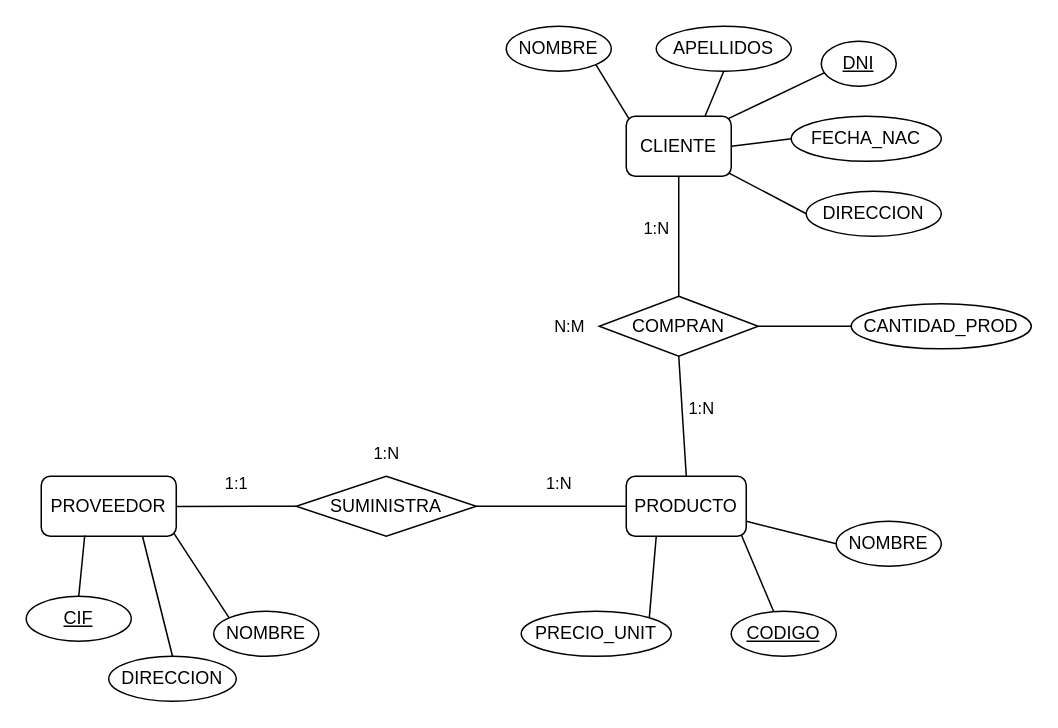
This is page "diagram-4" (4 of 5) of bases-datos/diagrams.drawio from igardiet/dam, a draw.io file, before an edit. Source tidied: cells renumbered, new cells numbered last; positions are measured from the earlier drawing's top-left corner, leaving out a move shared by most shapes. Both pictures are drawn from the tidied source at 150%, with x=0, y=0 at pixel (26, 26).
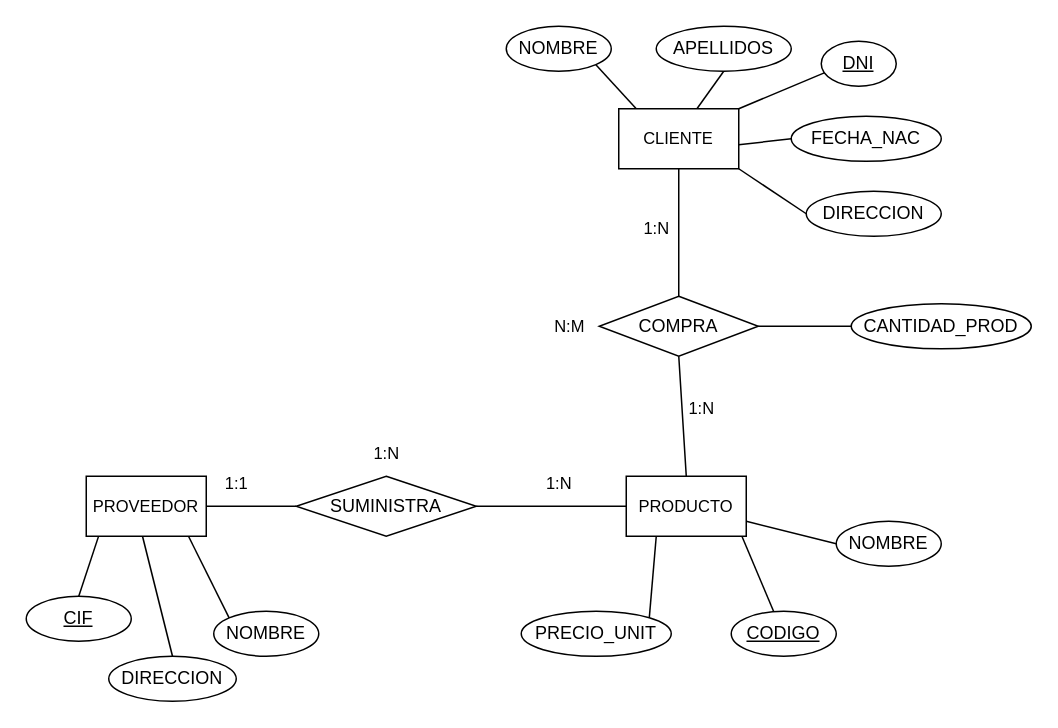
After the change.

The change refers to these unchanged cells:
```xml
<mxCell id="13" value="SUMINISTRA" style="rhombus;whiteSpace=wrap;html=1;" parent="1" vertex="1">
  <mxGeometry x="180" y="300" width="120" height="40" as="geometry" />
</mxCell>
<mxCell id="16" value="DIRECCION" style="ellipse;whiteSpace=wrap;html=1;" parent="1" vertex="1">
  <mxGeometry x="520" y="110" width="90" height="30" as="geometry" />
</mxCell>
<mxCell id="17" value="FECHA_NAC" style="ellipse;whiteSpace=wrap;html=1;" parent="1" vertex="1">
  <mxGeometry x="510" y="60" width="100" height="30" as="geometry" />
</mxCell>
<mxCell id="18" value="&lt;u&gt;DNI&lt;/u&gt;" style="ellipse;whiteSpace=wrap;html=1;" parent="1" vertex="1">
  <mxGeometry x="530" y="10" width="50" height="30" as="geometry" />
</mxCell>
<mxCell id="19" value="NOMBRE" style="ellipse;whiteSpace=wrap;html=1;" parent="1" vertex="1">
  <mxGeometry x="320" width="70" height="30" as="geometry" />
</mxCell>
<mxCell id="20" value="APELLIDOS" style="ellipse;whiteSpace=wrap;html=1;" parent="1" vertex="1">
  <mxGeometry x="420" width="90" height="30" as="geometry" />
</mxCell>
<mxCell id="22" value="PRECIO_UNIT" style="ellipse;whiteSpace=wrap;html=1;" parent="1" vertex="1">
  <mxGeometry x="330" y="390" width="100" height="30" as="geometry" />
</mxCell>
<mxCell id="23" value="&lt;u&gt;CODIGO&lt;/u&gt;" style="ellipse;whiteSpace=wrap;html=1;" parent="1" vertex="1">
  <mxGeometry x="470" y="390" width="70" height="30" as="geometry" />
</mxCell>
<mxCell id="24" value="NOMBRE" style="ellipse;whiteSpace=wrap;html=1;" parent="1" vertex="1">
  <mxGeometry x="540" y="330" width="70" height="30" as="geometry" />
</mxCell>
<mxCell id="26" value="DIRECCION" style="ellipse;whiteSpace=wrap;html=1;" parent="1" vertex="1">
  <mxGeometry x="55" y="420" width="85" height="30" as="geometry" />
</mxCell>
<mxCell id="27" value="NOMBRE" style="ellipse;whiteSpace=wrap;html=1;" parent="1" vertex="1">
  <mxGeometry x="125" y="390" width="70" height="30" as="geometry" />
</mxCell>
<mxCell id="28" value="&lt;u&gt;CIF&lt;/u&gt;" style="ellipse;whiteSpace=wrap;html=1;" parent="1" vertex="1">
  <mxGeometry y="380" width="70" height="30" as="geometry" />
</mxCell>
```

What changed in the source:
```diff
@@
-    <mxCell id="2" style="shape=connector;rounded=0;jettySize=auto;html=1;exitX=0.025;exitY=0.04;exitDx=0;exitDy=0;entryX=1;entryY=1;entryDx=0;entryDy=0;labelBackgroundColor=default;strokeColor=default;align=center;verticalAlign=middle;fontFamily=Helvetica;fontSize=11;fontColor=default;endArrow=none;endFill=0;exitPerimeter=0;" parent="1" edge="1" source="6" target="19">
+    <mxCell id="2" style="shape=connector;rounded=0;jettySize=auto;html=1;exitX=0.144;exitY=-0.004;exitDx=0;exitDy=0;entryX=1;entryY=1;entryDx=0;entryDy=0;labelBackgroundColor=default;strokeColor=default;align=center;verticalAlign=middle;fontFamily=Helvetica;fontSize=11;fontColor=default;endArrow=none;endFill=0;exitPerimeter=0;" parent="1" edge="1" source="6" target="19">
       <mxGeometry relative="1" as="geometry" />
     </mxCell>
-    <mxCell id="3" style="edgeStyle=none;shape=connector;rounded=0;jettySize=auto;html=1;exitX=0.75;exitY=0;exitDx=0;exitDy=0;entryX=0.5;entryY=1;entryDx=0;entryDy=0;labelBackgroundColor=default;strokeColor=default;align=center;verticalAlign=middle;fontFamily=Helvetica;fontSize=11;fontColor=default;endArrow=none;endFill=0;" parent="1" edge="1" source="6" target="20">
+    <mxCell id="3" style="edgeStyle=none;shape=connector;rounded=0;jettySize=auto;html=1;exitX=0.653;exitY=-0.004;exitDx=0;exitDy=0;entryX=0.5;entryY=1;entryDx=0;entryDy=0;labelBackgroundColor=default;strokeColor=default;align=center;verticalAlign=middle;fontFamily=Helvetica;fontSize=11;fontColor=default;endArrow=none;endFill=0;exitPerimeter=0;" parent="1" edge="1" source="6" target="20">
       <mxGeometry relative="1" as="geometry" />
     </mxCell>
-    <mxCell id="4" style="edgeStyle=none;shape=connector;rounded=0;jettySize=auto;html=1;exitX=1;exitY=0.5;exitDx=0;exitDy=0;entryX=0;entryY=0.5;entryDx=0;entryDy=0;labelBackgroundColor=default;strokeColor=default;align=center;verticalAlign=middle;fontFamily=Helvetica;fontSize=11;fontColor=default;endArrow=none;endFill=0;" parent="1" edge="1" source="6" target="17">
+    <mxCell id="4" style="edgeStyle=none;shape=connector;rounded=0;jettySize=auto;html=1;exitX=0.999;exitY=0.601;exitDx=0;exitDy=0;entryX=0;entryY=0.5;entryDx=0;entryDy=0;labelBackgroundColor=default;strokeColor=default;align=center;verticalAlign=middle;fontFamily=Helvetica;fontSize=11;fontColor=default;endArrow=none;endFill=0;exitPerimeter=0;" parent="1" edge="1" source="6" target="17">
       <mxGeometry relative="1" as="geometry" />
     </mxCell>
@@
-    <mxCell id="6" value="CLIENTE" style="rounded=1;whiteSpace=wrap;html=1;" parent="1" vertex="1">
-      <mxGeometry x="400" y="60" width="70" height="40" as="geometry" />
-    </mxCell>
-    <mxCell id="7" value="PROVEEDOR" style="rounded=1;whiteSpace=wrap;html=1;" parent="1" vertex="1">
-      <mxGeometry x="10" y="300" width="90" height="40" as="geometry" />
-    </mxCell>
-    <mxCell id="8" style="edgeStyle=none;shape=connector;rounded=0;jettySize=auto;html=1;exitX=0.5;exitY=0;exitDx=0;exitDy=0;entryX=0.5;entryY=1;entryDx=0;entryDy=0;labelBackgroundColor=default;strokeColor=default;align=center;verticalAlign=middle;fontFamily=Helvetica;fontSize=11;fontColor=default;endArrow=none;endFill=0;" parent="1" edge="1" source="10" target="15">
-      <mxGeometry relative="1" as="geometry" />
+    <mxCell id="8" style="edgeStyle=none;shape=connector;rounded=0;jettySize=auto;html=1;exitX=0.5;exitY=0;exitDx=0;exitDy=0;entryX=0.5;entryY=1;entryDx=0;entryDy=0;labelBackgroundColor=default;strokeColor=default;align=center;verticalAlign=middle;fontFamily=Helvetica;fontSize=11;fontColor=default;endArrow=none;endFill=0;" parent="1" edge="1" target="15">
+      <mxGeometry relative="1" as="geometry">
+        <mxPoint x="440" y="300" as="sourcePoint" />
+      </mxGeometry>
     </mxCell>
-    <mxCell id="9" style="edgeStyle=none;shape=connector;rounded=0;jettySize=auto;html=1;exitX=1;exitY=0.75;exitDx=0;exitDy=0;entryX=0;entryY=0.5;entryDx=0;entryDy=0;labelBackgroundColor=default;strokeColor=default;align=center;verticalAlign=middle;fontFamily=Helvetica;fontSize=11;fontColor=default;endArrow=none;endFill=0;" parent="1" edge="1" source="10" target="24">
-      <mxGeometry relative="1" as="geometry" />
+    <mxCell id="9" style="edgeStyle=none;shape=connector;rounded=0;jettySize=auto;html=1;exitX=1;exitY=0.75;exitDx=0;exitDy=0;entryX=0;entryY=0.5;entryDx=0;entryDy=0;labelBackgroundColor=default;strokeColor=default;align=center;verticalAlign=middle;fontFamily=Helvetica;fontSize=11;fontColor=default;endArrow=none;endFill=0;" parent="1" edge="1" target="24">
+      <mxGeometry relative="1" as="geometry">
+        <mxPoint x="480" y="330" as="sourcePoint" />
+      </mxGeometry>
     </mxCell>
-    <mxCell id="10" value="PRODUCTO" style="rounded=1;whiteSpace=wrap;html=1;" parent="1" vertex="1">
-      <mxGeometry x="400" y="300" width="80" height="40" as="geometry" />
-    </mxCell>
-    <mxCell id="11" style="edgeStyle=none;shape=connector;rounded=0;jettySize=auto;html=1;exitX=1;exitY=0.5;exitDx=0;exitDy=0;entryX=0;entryY=0.5;entryDx=0;entryDy=0;labelBackgroundColor=default;strokeColor=default;align=center;verticalAlign=middle;fontFamily=Helvetica;fontSize=11;fontColor=default;endArrow=none;endFill=0;" parent="1" edge="1" source="13" target="10">
-      <mxGeometry relative="1" as="geometry" />
+    <mxCell id="11" style="edgeStyle=none;shape=connector;rounded=0;jettySize=auto;html=1;exitX=1;exitY=0.5;exitDx=0;exitDy=0;entryX=0;entryY=0.5;entryDx=0;entryDy=0;labelBackgroundColor=default;strokeColor=default;align=center;verticalAlign=middle;fontFamily=Helvetica;fontSize=11;fontColor=default;endArrow=none;endFill=0;" parent="1" edge="1" source="13">
+      <mxGeometry relative="1" as="geometry">
+        <mxPoint x="400" y="320" as="targetPoint" />
+      </mxGeometry>
     </mxCell>
-    <mxCell id="12" style="edgeStyle=none;shape=connector;rounded=0;jettySize=auto;html=1;exitX=0;exitY=0.5;exitDx=0;exitDy=0;labelBackgroundColor=default;strokeColor=default;align=center;verticalAlign=middle;fontFamily=Helvetica;fontSize=11;fontColor=default;endArrow=none;endFill=0;" parent="1" edge="1" source="13">
-      <mxGeometry relative="1" as="geometry">
-        <mxPoint x="100" y="320.1" as="targetPoint" />
-      </mxGeometry>
+    <mxCell id="12" style="edgeStyle=none;shape=connector;rounded=0;jettySize=auto;html=1;exitX=0;exitY=0.5;exitDx=0;exitDy=0;labelBackgroundColor=default;strokeColor=default;align=center;verticalAlign=middle;fontFamily=Helvetica;fontSize=11;fontColor=default;endArrow=none;endFill=0;entryX=1;entryY=0.5;entryDx=0;entryDy=0;" parent="1" edge="1" source="13" target="7">
+      <mxGeometry relative="1" as="geometry" />
     </mxCell>
@@
-    <mxCell id="15" value="COMPRAN" style="rhombus;whiteSpace=wrap;html=1;" parent="1" vertex="1">
+    <mxCell id="15" value="COMPRA" style="rhombus;whiteSpace=wrap;html=1;" parent="1" vertex="1">
       <mxGeometry x="382" y="180" width="106" height="40" as="geometry" />
     </mxCell>
@@
-    <mxCell id="21" style="edgeStyle=none;shape=connector;rounded=0;jettySize=auto;html=1;exitX=1;exitY=0;exitDx=0;exitDy=0;entryX=0.25;entryY=1;entryDx=0;entryDy=0;labelBackgroundColor=default;strokeColor=default;align=center;verticalAlign=middle;fontFamily=Helvetica;fontSize=11;fontColor=default;endArrow=none;endFill=0;" parent="1" edge="1" source="22" target="10">
-      <mxGeometry relative="1" as="geometry" />
+    <mxCell id="21" style="edgeStyle=none;shape=connector;rounded=0;jettySize=auto;html=1;exitX=1;exitY=0;exitDx=0;exitDy=0;entryX=0.25;entryY=1;entryDx=0;entryDy=0;labelBackgroundColor=default;strokeColor=default;align=center;verticalAlign=middle;fontFamily=Helvetica;fontSize=11;fontColor=default;endArrow=none;endFill=0;" parent="1" edge="1" source="22">
+      <mxGeometry relative="1" as="geometry">
+        <mxPoint x="420" y="340" as="targetPoint" />
+      </mxGeometry>
     </mxCell>
@@
-    <mxCell id="25" style="edgeStyle=none;shape=connector;rounded=0;jettySize=auto;html=1;exitX=0.5;exitY=0;exitDx=0;exitDy=0;entryX=0.75;entryY=1;entryDx=0;entryDy=0;labelBackgroundColor=default;strokeColor=default;align=center;verticalAlign=middle;fontFamily=Helvetica;fontSize=11;fontColor=default;endArrow=none;endFill=0;" parent="1" edge="1" source="26" target="7">
-      <mxGeometry relative="1" as="geometry" />
+    <mxCell id="25" style="edgeStyle=none;shape=connector;rounded=0;jettySize=auto;html=1;exitX=0.5;exitY=0;exitDx=0;exitDy=0;entryX=0.75;entryY=1;entryDx=0;entryDy=0;labelBackgroundColor=default;strokeColor=default;align=center;verticalAlign=middle;fontFamily=Helvetica;fontSize=11;fontColor=default;endArrow=none;endFill=0;" parent="1" edge="1" source="26">
+      <mxGeometry relative="1" as="geometry">
+        <mxPoint x="77.5" y="340" as="targetPoint" />
+      </mxGeometry>
     </mxCell>
@@
-    <mxCell id="29" style="edgeStyle=none;shape=connector;rounded=0;jettySize=auto;html=1;exitX=0.972;exitY=0.04;exitDx=0;exitDy=0;entryX=0.04;entryY=0.704;entryDx=0;entryDy=0;entryPerimeter=0;labelBackgroundColor=default;strokeColor=default;align=center;verticalAlign=middle;fontFamily=Helvetica;fontSize=11;fontColor=default;endArrow=none;endFill=0;exitPerimeter=0;" parent="1" edge="1" source="6" target="18">
+    <mxCell id="29" style="edgeStyle=none;shape=connector;rounded=0;jettySize=auto;html=1;exitX=1;exitY=0;exitDx=0;exitDy=0;entryX=0.04;entryY=0.704;entryDx=0;entryDy=0;entryPerimeter=0;labelBackgroundColor=default;strokeColor=default;align=center;verticalAlign=middle;fontFamily=Helvetica;fontSize=11;fontColor=default;endArrow=none;endFill=0;" parent="1" edge="1" source="6" target="18">
       <mxGeometry relative="1" as="geometry" />
     </mxCell>
-    <mxCell id="30" style="edgeStyle=none;shape=connector;rounded=0;jettySize=auto;html=1;exitX=0;exitY=0.5;exitDx=0;exitDy=0;entryX=0.979;entryY=0.947;entryDx=0;entryDy=0;entryPerimeter=0;labelBackgroundColor=default;strokeColor=default;align=center;verticalAlign=middle;fontFamily=Helvetica;fontSize=11;fontColor=default;endArrow=none;endFill=0;" parent="1" edge="1" source="16" target="6">
+    <mxCell id="30" style="edgeStyle=none;shape=connector;rounded=0;jettySize=auto;html=1;exitX=0;exitY=0.5;exitDx=0;exitDy=0;entryX=1;entryY=1;entryDx=0;entryDy=0;labelBackgroundColor=default;strokeColor=default;align=center;verticalAlign=middle;fontFamily=Helvetica;fontSize=11;fontColor=default;endArrow=none;endFill=0;" parent="1" edge="1" source="16" target="6">
       <mxGeometry relative="1" as="geometry" />
     </mxCell>
-    <mxCell id="31" style="edgeStyle=none;shape=connector;rounded=0;jettySize=auto;html=1;exitX=0.961;exitY=0.987;exitDx=0;exitDy=0;entryX=0.404;entryY=0.006;entryDx=0;entryDy=0;entryPerimeter=0;labelBackgroundColor=default;strokeColor=default;align=center;verticalAlign=middle;fontFamily=Helvetica;fontSize=11;fontColor=default;endArrow=none;endFill=0;exitPerimeter=0;" parent="1" edge="1" source="10" target="23">
-      <mxGeometry relative="1" as="geometry" />
+    <mxCell id="31" style="edgeStyle=none;shape=connector;rounded=0;jettySize=auto;html=1;exitX=0.961;exitY=0.987;exitDx=0;exitDy=0;entryX=0.404;entryY=0.006;entryDx=0;entryDy=0;entryPerimeter=0;labelBackgroundColor=default;strokeColor=default;align=center;verticalAlign=middle;fontFamily=Helvetica;fontSize=11;fontColor=default;endArrow=none;endFill=0;exitPerimeter=0;" parent="1" edge="1" target="23">
+      <mxGeometry relative="1" as="geometry">
+        <mxPoint x="476.9" y="339.5" as="sourcePoint" />
+      </mxGeometry>
     </mxCell>
-    <mxCell id="32" style="edgeStyle=none;shape=connector;rounded=0;jettySize=auto;html=1;exitX=0.5;exitY=0;exitDx=0;exitDy=0;entryX=0.322;entryY=0.987;entryDx=0;entryDy=0;entryPerimeter=0;labelBackgroundColor=default;strokeColor=default;align=center;verticalAlign=middle;fontFamily=Helvetica;fontSize=11;fontColor=default;endArrow=none;endFill=0;" parent="1" edge="1" source="28" target="7">
+    <mxCell id="32" style="edgeStyle=none;shape=connector;rounded=0;jettySize=auto;html=1;exitX=0.5;exitY=0;exitDx=0;exitDy=0;entryX=0.103;entryY=0.998;entryDx=0;entryDy=0;entryPerimeter=0;labelBackgroundColor=default;strokeColor=default;align=center;verticalAlign=middle;fontFamily=Helvetica;fontSize=11;fontColor=default;endArrow=none;endFill=0;" parent="1" edge="1" source="28" target="7">
       <mxGeometry relative="1" as="geometry" />
     </mxCell>
-    <mxCell id="33" style="edgeStyle=none;shape=connector;rounded=0;jettySize=auto;html=1;exitX=0;exitY=0;exitDx=0;exitDy=0;entryX=0.983;entryY=0.952;entryDx=0;entryDy=0;entryPerimeter=0;labelBackgroundColor=default;strokeColor=default;align=center;verticalAlign=middle;fontFamily=Helvetica;fontSize=11;fontColor=default;endArrow=none;endFill=0;" parent="1" edge="1" source="27" target="7">
+    <mxCell id="33" style="edgeStyle=none;shape=connector;rounded=0;jettySize=auto;html=1;exitX=0;exitY=0;exitDx=0;exitDy=0;entryX=0.85;entryY=0.992;entryDx=0;entryDy=0;entryPerimeter=0;labelBackgroundColor=default;strokeColor=default;align=center;verticalAlign=middle;fontFamily=Helvetica;fontSize=11;fontColor=default;endArrow=none;endFill=0;" parent="1" edge="1" source="27" target="7">
       <mxGeometry relative="1" as="geometry" />
     </mxCell>
@@
+    <mxCell id="7" value="PROVEEDOR" style="whiteSpace=wrap;html=1;align=center;fontFamily=Helvetica;fontSize=11;fontColor=default;" parent="1" vertex="1">
+      <mxGeometry x="40" y="300" width="80" height="40" as="geometry" />
+    </mxCell>
+    <mxCell id="10" value="PRODUCTO" style="whiteSpace=wrap;html=1;align=center;fontFamily=Helvetica;fontSize=11;fontColor=default;" parent="1" vertex="1">
+      <mxGeometry x="400" y="300" width="80" height="40" as="geometry" />
+    </mxCell>
+    <mxCell id="6" value="CLIENTE" style="whiteSpace=wrap;html=1;align=center;fontFamily=Helvetica;fontSize=11;fontColor=default;" parent="1" vertex="1">
+      <mxGeometry x="395" y="55" width="80" height="40" as="geometry" />
+    </mxCell>
```
